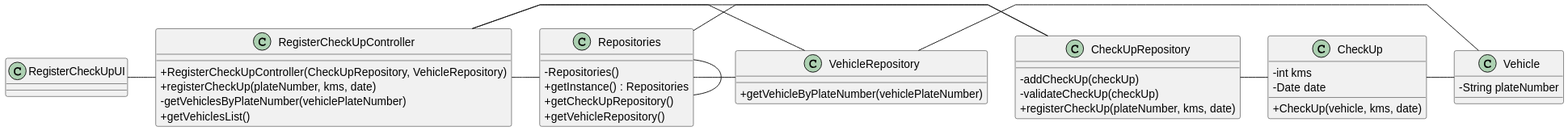
Before: docs/sprintA&B/us007/03.design/svg/us007-class-diagram.svg, a diagram exported from PlantUML (daniel41silva05/ISEP_2023_2024_LAPR2).
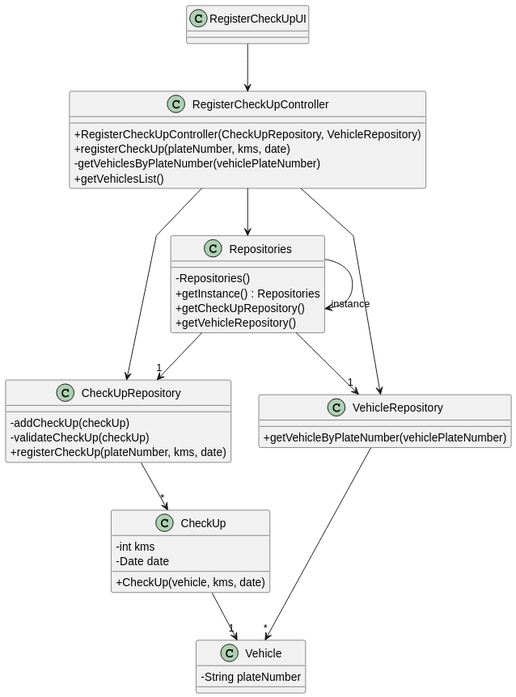
Later version of the same file.

Commit message:
ED-21 Correction of US007 class diagram.

The edit, as a diff of the source:
```diff
@@ -43,17 +43,17 @@
 class RegisterCheckUpUI{
 }
 
-RegisterCheckUpUI - RegisterCheckUpController
+RegisterCheckUpUI --> RegisterCheckUpController
 
-RegisterCheckUpController - Repositories
-RegisterCheckUpController - CheckUpRepository
-RegisterCheckUpController - VehicleRepository
+RegisterCheckUpController --> Repositories
+RegisterCheckUpController --> CheckUpRepository
+RegisterCheckUpController --> VehicleRepository
 
-Repositories - CheckUpRepository
-Repositories - VehicleRepository
-Repositories - Repositories
+Repositories --> "1" CheckUpRepository
+Repositories --> "1" VehicleRepository
+Repositories --> "instance" Repositories
 
-CheckUpRepository - CheckUp
-VehicleRepository - Vehicle
-CheckUp - Vehicle
+CheckUpRepository --> "*" CheckUp
+VehicleRepository --> "*" Vehicle
+CheckUp --> "1" Vehicle
 @enduml
```
